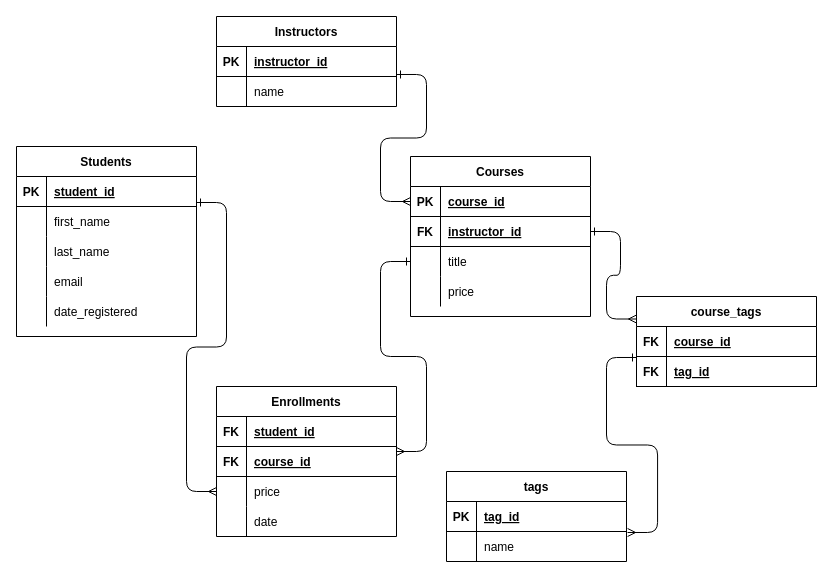
The draw.io diagram udemy.drawio in aadityapyarla/Udemy, before the edit. Source tidied: cells renumbered, new cells numbered last; positions are measured from the earlier drawing's top-left corner, leaving out a move shared by most shapes. Both pictures are drawn from the tidied source at 100%, with x=0, y=0 at pixel (16, 16).
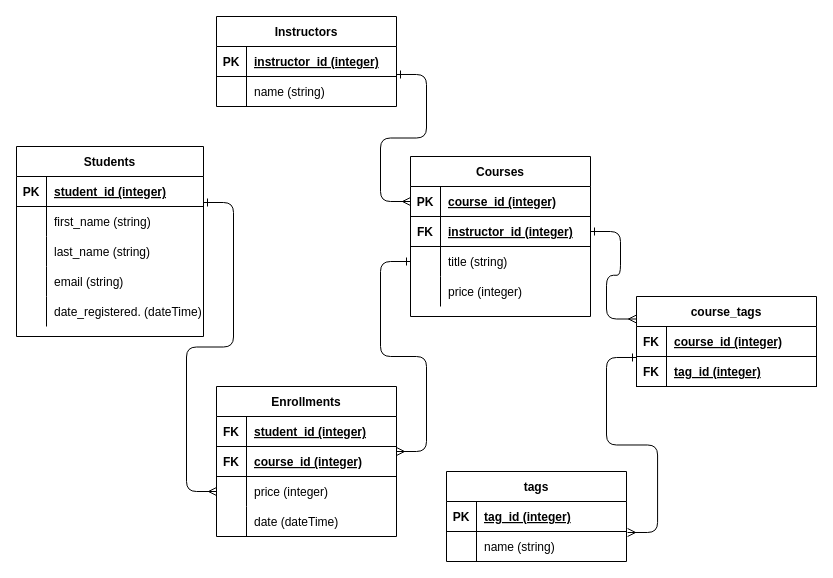
The same page after the edit.

Commit message (it also covers changes not shown here):
improved the design

The change refers to these unchanged cells:
```xml
<mxCell id="19" style="shape=partialRectangle;fillColor=none;top=0;left=0;bottom=1;right=0;points=[[0,0.5],[1,0.5]];portConstraint=eastwest;" parent="18" vertex="1">
  <mxGeometry y="30" width="180" height="30" as="geometry" />
</mxCell>
<mxCell id="22" style="shape=partialRectangle;fillColor=none;top=0;left=0;bottom=1;right=0;points=[[0,0.5],[1,0.5]];portConstraint=eastwest;" parent="18" vertex="1">
  <mxGeometry y="60" width="180" height="30" as="geometry" />
</mxCell>
<mxCell id="25" style="shape=partialRectangle;fillColor=none;top=0;left=0;bottom=0;right=0;points=[[0,0.5],[1,0.5]];portConstraint=eastwest;" parent="18" vertex="1">
  <mxGeometry y="90" width="180" height="30" as="geometry" />
</mxCell>
<mxCell id="28" style="shape=partialRectangle;fillColor=none;top=0;left=0;bottom=0;right=0;" parent="18" vertex="1">
  <mxGeometry y="120" width="180" height="30" as="geometry" />
</mxCell>
<mxCell id="32" style="shape=partialRectangle;fillColor=none;top=0;left=0;bottom=1;right=0;" parent="31" vertex="1">
  <mxGeometry y="30" width="180" height="30" as="geometry" />
</mxCell>
<mxCell id="35" style="shape=partialRectangle;fillColor=none;top=0;left=0;bottom=1;right=0;points=[[0,0.5],[1,0.5]];portConstraint=eastwest;" parent="31" vertex="1">
  <mxGeometry y="60" width="180" height="30" as="geometry" />
</mxCell>
<mxCell id="38" style="shape=partialRectangle;fillColor=none;top=0;left=0;bottom=0;right=0;points=[[0,0.5],[1,0.5]];portConstraint=eastwest;" parent="31" vertex="1">
  <mxGeometry y="90" width="180" height="30" as="geometry" />
</mxCell>
<mxCell id="41" style="shape=partialRectangle;fillColor=none;top=0;left=0;bottom=0;right=0;" parent="31" vertex="1">
  <mxGeometry y="120" width="180" height="30" as="geometry" />
</mxCell>
<mxCell id="47" style="shape=partialRectangle;fillColor=none;top=0;left=0;bottom=1;right=0;" parent="46" vertex="1">
  <mxGeometry y="30" width="180" height="30" as="geometry" />
</mxCell>
<mxCell id="50" style="shape=partialRectangle;fillColor=none;top=0;left=0;bottom=0;right=0;points=[[0,0.5],[1,0.5]];portConstraint=eastwest;" parent="46" vertex="1">
  <mxGeometry y="60" width="180" height="30" as="geometry" />
</mxCell>
<mxCell id="55" style="shape=partialRectangle;fillColor=none;top=0;left=0;bottom=1;right=0;" parent="54" vertex="1">
  <mxGeometry y="30" width="180" height="30" as="geometry" />
</mxCell>
<mxCell id="58" style="shape=partialRectangle;fillColor=none;top=0;left=0;bottom=1;right=0;points=[[0,0.5],[1,0.5]];portConstraint=eastwest;" parent="54" vertex="1">
  <mxGeometry y="60" width="180" height="30" as="geometry" />
</mxCell>
<mxCell id="62" style="shape=partialRectangle;fillColor=none;top=0;left=0;bottom=1;right=0;" parent="61" vertex="1">
  <mxGeometry y="30" width="180" height="30" as="geometry" />
</mxCell>
<mxCell id="65" style="shape=partialRectangle;fillColor=none;top=0;left=0;bottom=0;right=0;points=[[0,0.5],[1,0.5]];portConstraint=eastwest;" parent="61" vertex="1">
  <mxGeometry y="60" width="180" height="30" as="geometry" />
</mxCell>
```

The edit, as a diff of the source:
```diff
@@
     <mxCell id="2" value="Students" style="shape=table;startSize=30;childLayout=tableLayout;rowLines=0;fontStyle=1;align=center;" parent="1" vertex="1">
-      <mxGeometry y="130" width="180" height="190" as="geometry" />
+      <mxGeometry y="130" width="187" height="190" as="geometry" />
     </mxCell>
     <mxCell id="3" style="shape=partialRectangle;fillColor=none;top=0;left=0;bottom=1;right=0;" parent="2" vertex="1">
-      <mxGeometry y="30" width="180" height="30" as="geometry" />
+      <mxGeometry y="30" width="187" height="30" as="geometry" />
     </mxCell>
@@
-    <mxCell id="5" value="student_id" style="shape=partialRectangle;fillColor=none;top=0;left=0;bottom=0;right=0;align=left;spacingLeft=6;fontStyle=5;overflow=hidden;" parent="3" vertex="1">
-      <mxGeometry x="30" width="150" height="30" as="geometry" />
+    <mxCell id="5" value="student_id (integer)" style="shape=partialRectangle;fillColor=none;top=0;left=0;bottom=0;right=0;align=left;spacingLeft=6;fontStyle=5;overflow=hidden;" parent="3" vertex="1">
+      <mxGeometry x="30" width="157" height="30" as="geometry" />
     </mxCell>
     <mxCell id="6" style="shape=partialRectangle;fillColor=none;top=0;left=0;bottom=0;right=0;points=[[0,0.5],[1,0.5]];portConstraint=eastwest;" parent="2" vertex="1">
-      <mxGeometry y="60" width="180" height="30" as="geometry" />
+      <mxGeometry y="60" width="187" height="30" as="geometry" />
     </mxCell>
@@
-    <mxCell id="8" value="first_name" style="shape=partialRectangle;fillColor=none;top=0;left=0;bottom=0;right=0;align=left;spacingLeft=6;overflow=hidden;" parent="6" vertex="1">
-      <mxGeometry x="30" width="150" height="30" as="geometry" />
+    <mxCell id="8" value="first_name (string)" style="shape=partialRectangle;fillColor=none;top=0;left=0;bottom=0;right=0;align=left;spacingLeft=6;overflow=hidden;" parent="6" vertex="1">
+      <mxGeometry x="30" width="157" height="30" as="geometry" />
     </mxCell>
     <mxCell id="9" style="shape=partialRectangle;fillColor=none;top=0;left=0;bottom=0;right=0;" parent="2" vertex="1">
-      <mxGeometry y="90" width="180" height="30" as="geometry" />
+      <mxGeometry y="90" width="187" height="30" as="geometry" />
     </mxCell>
@@
-    <mxCell id="11" value="last_name" style="shape=partialRectangle;fillColor=none;top=0;left=0;bottom=0;right=0;align=left;spacingLeft=6;overflow=hidden;" parent="9" vertex="1">
-      <mxGeometry x="30" width="150" height="30" as="geometry" />
+    <mxCell id="11" value="last_name (string)" style="shape=partialRectangle;fillColor=none;top=0;left=0;bottom=0;right=0;align=left;spacingLeft=6;overflow=hidden;" parent="9" vertex="1">
+      <mxGeometry x="30" width="157" height="30" as="geometry" />
     </mxCell>
     <mxCell id="12" style="shape=partialRectangle;fillColor=none;top=0;left=0;bottom=0;right=0;" parent="2" vertex="1">
-      <mxGeometry y="120" width="180" height="30" as="geometry" />
+      <mxGeometry y="120" width="187" height="30" as="geometry" />
     </mxCell>
@@
-    <mxCell id="14" value="email" style="shape=partialRectangle;fillColor=none;top=0;left=0;bottom=0;right=0;align=left;spacingLeft=6;overflow=hidden;" parent="12" vertex="1">
-      <mxGeometry x="30" width="150" height="30" as="geometry" />
+    <mxCell id="14" value="email (string)" style="shape=partialRectangle;fillColor=none;top=0;left=0;bottom=0;right=0;align=left;spacingLeft=6;overflow=hidden;" parent="12" vertex="1">
+      <mxGeometry x="30" width="157" height="30" as="geometry" />
     </mxCell>
     <mxCell id="15" style="shape=partialRectangle;fillColor=none;top=0;left=0;bottom=0;right=0;" parent="2" vertex="1">
-      <mxGeometry y="150" width="180" height="30" as="geometry" />
+      <mxGeometry y="150" width="187" height="30" as="geometry" />
     </mxCell>
@@
-    <mxCell id="17" value="date_registered" style="shape=partialRectangle;fillColor=none;top=0;left=0;bottom=0;right=0;align=left;spacingLeft=6;fontStyle=0;overflow=hidden;" parent="15" vertex="1">
-      <mxGeometry x="30" width="150" height="30" as="geometry" />
+    <mxCell id="17" value="date_registered. (dateTime)" style="shape=partialRectangle;fillColor=none;top=0;left=0;bottom=0;right=0;align=left;spacingLeft=6;fontStyle=0;overflow=hidden;" parent="15" vertex="1">
+      <mxGeometry x="30" width="157" height="30" as="geometry" />
     </mxCell>
@@
-    <mxCell id="21" value="course_id" style="shape=partialRectangle;fillColor=none;top=0;left=0;bottom=0;right=0;align=left;spacingLeft=6;fontStyle=5;overflow=hidden;" parent="19" vertex="1">
+    <mxCell id="21" value="course_id (integer)" style="shape=partialRectangle;fillColor=none;top=0;left=0;bottom=0;right=0;align=left;spacingLeft=6;fontStyle=5;overflow=hidden;" parent="19" vertex="1">
       <mxGeometry x="30" width="150" height="30" as="geometry" />
     </mxCell>
@@
-    <mxCell id="24" value="instructor_id" style="shape=partialRectangle;fillColor=none;top=0;left=0;bottom=0;right=0;align=left;spacingLeft=6;fontStyle=5;overflow=hidden;" parent="22" vertex="1">
+    <mxCell id="24" value="instructor_id (integer)" style="shape=partialRectangle;fillColor=none;top=0;left=0;bottom=0;right=0;align=left;spacingLeft=6;fontStyle=5;overflow=hidden;" parent="22" vertex="1">
       <mxGeometry x="30" width="150" height="30" as="geometry" />
     </mxCell>
@@
-    <mxCell id="27" value="title" style="shape=partialRectangle;fillColor=none;top=0;left=0;bottom=0;right=0;align=left;spacingLeft=6;overflow=hidden;" parent="25" vertex="1">
+    <mxCell id="27" value="title (string)" style="shape=partialRectangle;fillColor=none;top=0;left=0;bottom=0;right=0;align=left;spacingLeft=6;overflow=hidden;" parent="25" vertex="1">
       <mxGeometry x="30" width="150" height="30" as="geometry" />
     </mxCell>
@@
-    <mxCell id="30" value="price" style="shape=partialRectangle;fillColor=none;top=0;left=0;bottom=0;right=0;align=left;spacingLeft=6;overflow=hidden;" parent="28" vertex="1">
+    <mxCell id="30" value="price (integer)" style="shape=partialRectangle;fillColor=none;top=0;left=0;bottom=0;right=0;align=left;spacingLeft=6;overflow=hidden;" parent="28" vertex="1">
       <mxGeometry x="30" width="150" height="30" as="geometry" />
     </mxCell>
@@
-    <mxCell id="34" value="student_id" style="shape=partialRectangle;fillColor=none;top=0;left=0;bottom=0;right=0;align=left;spacingLeft=6;fontStyle=5;overflow=hidden;" parent="32" vertex="1">
+    <mxCell id="34" value="student_id (integer)" style="shape=partialRectangle;fillColor=none;top=0;left=0;bottom=0;right=0;align=left;spacingLeft=6;fontStyle=5;overflow=hidden;" parent="32" vertex="1">
       <mxGeometry x="30" width="150" height="30" as="geometry" />
     </mxCell>
@@
-    <mxCell id="37" value="course_id" style="shape=partialRectangle;fillColor=none;top=0;left=0;bottom=0;right=0;align=left;spacingLeft=6;fontStyle=5;overflow=hidden;" parent="35" vertex="1">
+    <mxCell id="37" value="course_id (integer)" style="shape=partialRectangle;fillColor=none;top=0;left=0;bottom=0;right=0;align=left;spacingLeft=6;fontStyle=5;overflow=hidden;" parent="35" vertex="1">
       <mxGeometry x="30" width="150" height="30" as="geometry" />
     </mxCell>
@@
-    <mxCell id="40" value="price" style="shape=partialRectangle;fillColor=none;top=0;left=0;bottom=0;right=0;align=left;spacingLeft=6;overflow=hidden;" parent="38" vertex="1">
+    <mxCell id="40" value="price (integer)" style="shape=partialRectangle;fillColor=none;top=0;left=0;bottom=0;right=0;align=left;spacingLeft=6;overflow=hidden;" parent="38" vertex="1">
       <mxGeometry x="30" width="150" height="30" as="geometry" />
     </mxCell>
@@
-    <mxCell id="43" value="date" style="shape=partialRectangle;fillColor=none;top=0;left=0;bottom=0;right=0;align=left;spacingLeft=6;overflow=hidden;" parent="41" vertex="1">
+    <mxCell id="43" value="date (dateTime)" style="shape=partialRectangle;fillColor=none;top=0;left=0;bottom=0;right=0;align=left;spacingLeft=6;overflow=hidden;" parent="41" vertex="1">
       <mxGeometry x="30" width="150" height="30" as="geometry" />
     </mxCell>
@@
-    <mxCell id="49" value="instructor_id" style="shape=partialRectangle;fillColor=none;top=0;left=0;bottom=0;right=0;align=left;spacingLeft=6;fontStyle=5;overflow=hidden;" parent="47" vertex="1">
+    <mxCell id="49" value="instructor_id (integer)" style="shape=partialRectangle;fillColor=none;top=0;left=0;bottom=0;right=0;align=left;spacingLeft=6;fontStyle=5;overflow=hidden;" parent="47" vertex="1">
       <mxGeometry x="30" width="150" height="30" as="geometry" />
     </mxCell>
@@
-    <mxCell id="52" value="name" style="shape=partialRectangle;fillColor=none;top=0;left=0;bottom=0;right=0;align=left;spacingLeft=6;overflow=hidden;" parent="50" vertex="1">
+    <mxCell id="52" value="name (string)" style="shape=partialRectangle;fillColor=none;top=0;left=0;bottom=0;right=0;align=left;spacingLeft=6;overflow=hidden;" parent="50" vertex="1">
       <mxGeometry x="30" width="150" height="30" as="geometry" />
     </mxCell>
@@
-    <mxCell id="57" value="course_id" style="shape=partialRectangle;fillColor=none;top=0;left=0;bottom=0;right=0;align=left;spacingLeft=6;fontStyle=5;overflow=hidden;" parent="55" vertex="1">
+    <mxCell id="57" value="course_id (integer)" style="shape=partialRectangle;fillColor=none;top=0;left=0;bottom=0;right=0;align=left;spacingLeft=6;fontStyle=5;overflow=hidden;" parent="55" vertex="1">
       <mxGeometry x="30" width="150" height="30" as="geometry" />
     </mxCell>
@@
-    <mxCell id="60" value="tag_id" style="shape=partialRectangle;fillColor=none;top=0;left=0;bottom=0;right=0;align=left;spacingLeft=6;fontStyle=5;overflow=hidden;" parent="58" vertex="1">
+    <mxCell id="60" value="tag_id (integer)" style="shape=partialRectangle;fillColor=none;top=0;left=0;bottom=0;right=0;align=left;spacingLeft=6;fontStyle=5;overflow=hidden;" parent="58" vertex="1">
       <mxGeometry x="30" width="150" height="30" as="geometry" />
     </mxCell>
@@
-    <mxCell id="64" value="tag_id" style="shape=partialRectangle;fillColor=none;top=0;left=0;bottom=0;right=0;align=left;spacingLeft=6;fontStyle=5;overflow=hidden;" parent="62" vertex="1">
+    <mxCell id="64" value="tag_id (integer)" style="shape=partialRectangle;fillColor=none;top=0;left=0;bottom=0;right=0;align=left;spacingLeft=6;fontStyle=5;overflow=hidden;" parent="62" vertex="1">
       <mxGeometry x="30" width="150" height="30" as="geometry" />
     </mxCell>
@@
-    <mxCell id="67" value="name" style="shape=partialRectangle;fillColor=none;top=0;left=0;bottom=0;right=0;align=left;spacingLeft=6;overflow=hidden;" parent="65" vertex="1">
+    <mxCell id="67" value="name (string)" style="shape=partialRectangle;fillColor=none;top=0;left=0;bottom=0;right=0;align=left;spacingLeft=6;overflow=hidden;" parent="65" vertex="1">
       <mxGeometry x="30" width="150" height="30" as="geometry" />
     </mxCell>
```
